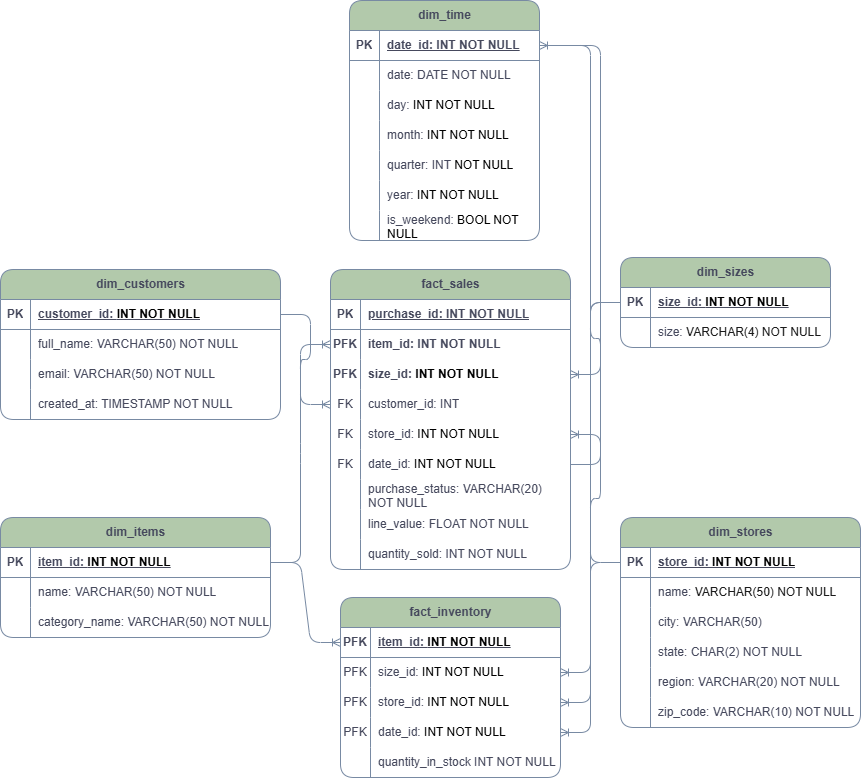
This is E_commerce_dbs-OLAP.png from ruancastro/e-commercy-database, a draw.io export, as it was before one commit. Source tidied: cells renumbered, new cells last; positions are measured from the earlier drawing's top-left corner, leaving out a move shared by most shapes.
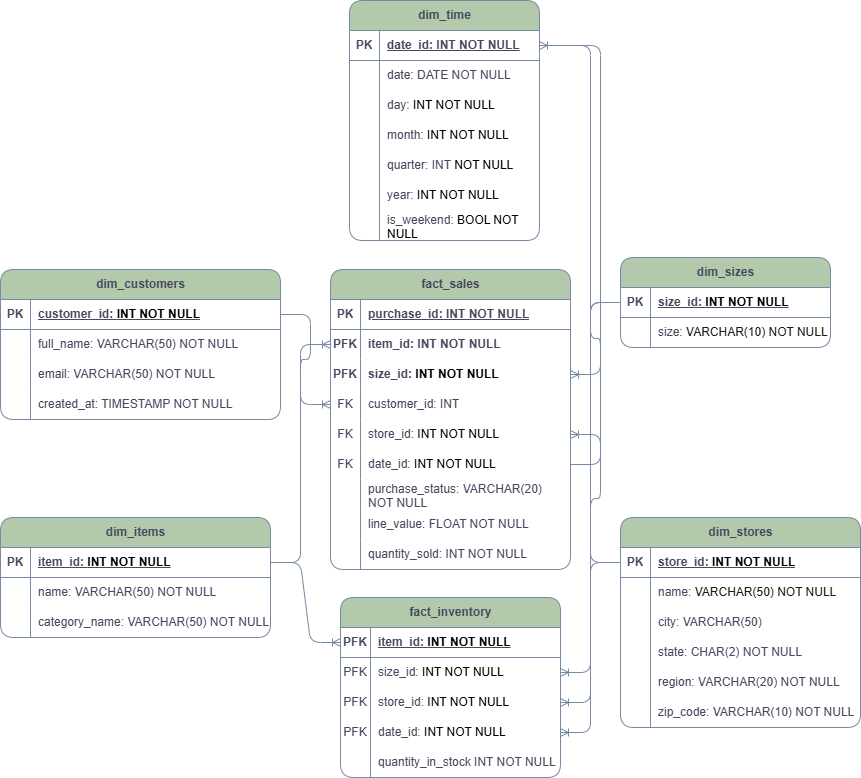
The same diagram one commit later.

Commit message:
size from String(4) to String(10)

The edit, as a diff of the source:
```diff
@@ -173,7 +173,7 @@
     <mxCell id="58" style="shape=partialRectangle;fillColor=none;top=0;left=0;bottom=0;right=0;overflow=hidden;whiteSpace=wrap;html=1;rounded=1;labelBackgroundColor=none;strokeColor=#788AA3;fontColor=#46495D;" parent="57" vertex="1">
       <mxGeometry width="30" height="30" as="geometry" />
     </mxCell>
-    <mxCell id="59" value="&lt;div&gt;&lt;span class=&quot;text-sm px-1 rounded-sm !font-mono bg-sunset/10 text-rust dark:bg-dawn/10 dark:text-dawn&quot;&gt;size:&amp;nbsp;&lt;/span&gt;&lt;span style=&quot;color: rgb(26, 26, 26); background-color: transparent;&quot;&gt;VARCHAR(4) NOT NULL&lt;/span&gt;&lt;/div&gt;" style="shape=partialRectangle;fillColor=none;top=0;left=0;bottom=0;right=0;align=left;spacingLeft=6;overflow=hidden;whiteSpace=wrap;html=1;rounded=1;labelBackgroundColor=none;strokeColor=#788AA3;fontColor=#46495D;" parent="57" vertex="1">
+    <mxCell id="59" value="&lt;div&gt;&lt;span class=&quot;text-sm px-1 rounded-sm !font-mono bg-sunset/10 text-rust dark:bg-dawn/10 dark:text-dawn&quot;&gt;size:&amp;nbsp;&lt;/span&gt;&lt;span style=&quot;color: rgb(26, 26, 26); background-color: transparent;&quot;&gt;VARCHAR(10) NOT NULL&lt;/span&gt;&lt;/div&gt;" style="shape=partialRectangle;fillColor=none;top=0;left=0;bottom=0;right=0;align=left;spacingLeft=6;overflow=hidden;whiteSpace=wrap;html=1;rounded=1;labelBackgroundColor=none;strokeColor=#788AA3;fontColor=#46495D;" parent="57" vertex="1">
       <mxGeometry x="30" width="180" height="30" as="geometry" />
     </mxCell>
     <mxCell id="60" value="&lt;div&gt;&lt;span class=&quot;text-sm px-1 rounded-sm !font-mono bg-sunset/10 text-rust dark:bg-dawn/10 dark:text-dawn&quot;&gt;dim_stores&lt;/span&gt;&lt;/div&gt;" style="shape=table;startSize=30;rowLines=0;fontStyle=1;align=center;html=1;rounded=1;labelBackgroundColor=none;fillColor=#B2C9AB;strokeColor=#788AA3;fontColor=#46495D;" parent="1" vertex="1">
```
